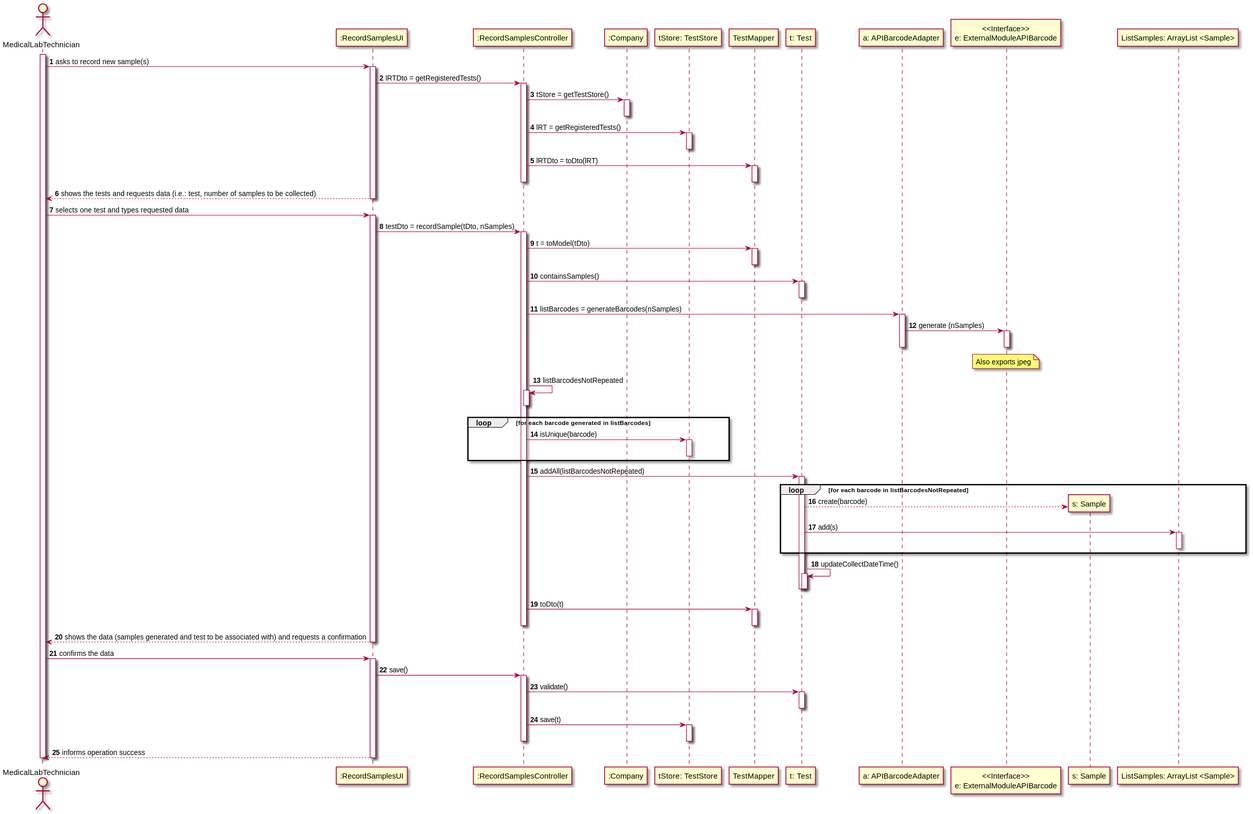
0franciscor/lei-21-s2-1de-g19 keeps this PlantUML diagram as docs/SprintC/US05/US05-SD.svg. Above is the earlier version.
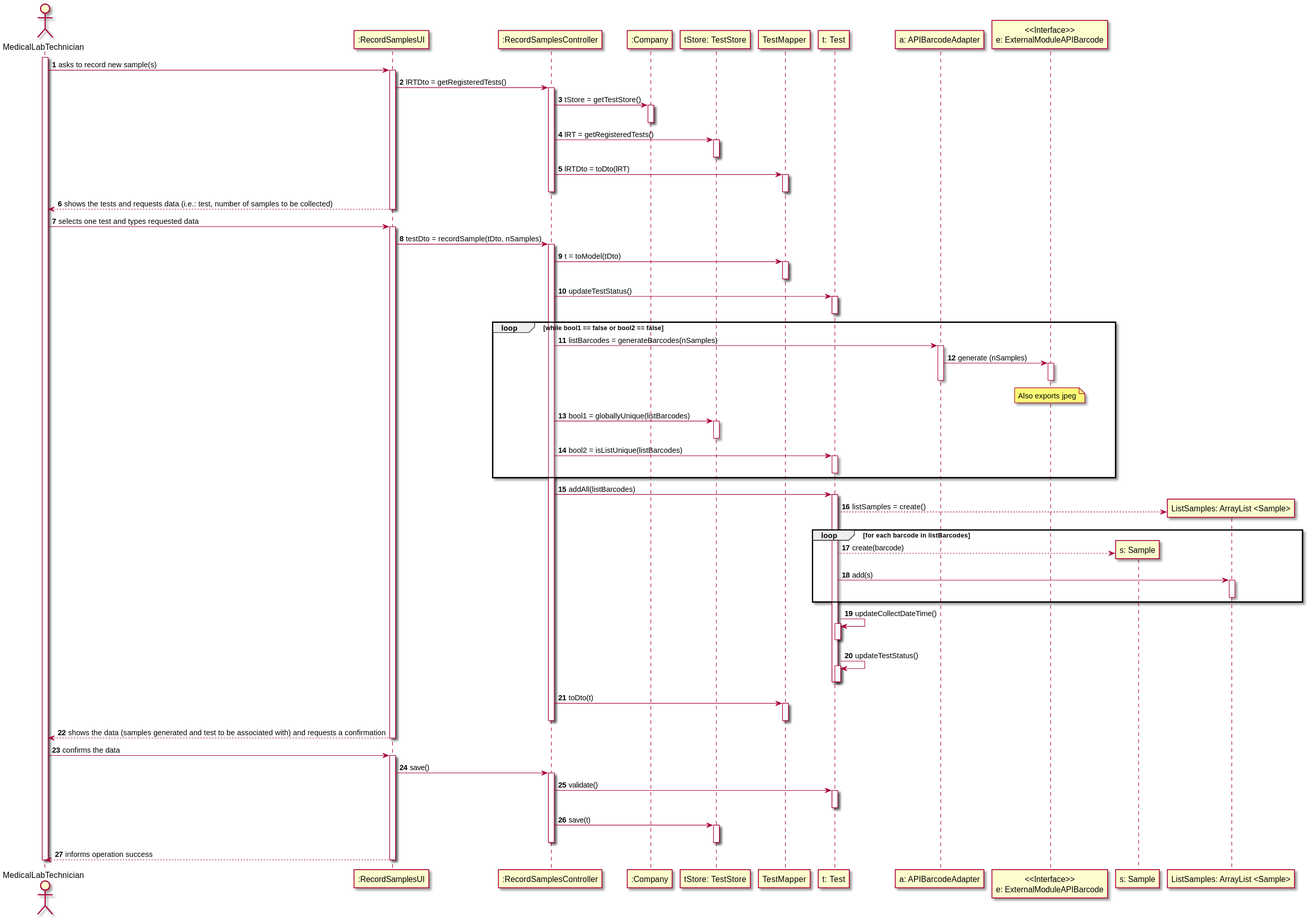
After the commit.

Change to the diagram source:
```diff
@@ -39,9 +39,10 @@
 RSC -> TM : t = toModel(tDto)
 activate TM
 deactivate TM
-RSC -> T : containsSamples()
+RSC -> T : updateTestStatus()
 activate T
 deactivate T
+loop while bool1 == false or bool2 == false
 RSC -> APIBA : listBarcodes = generateBarcodes(nSamples)
 activate APIBA
 APIBA -> EMAPIB : generate (nSamples)
@@ -49,23 +50,26 @@
 deactivate EMAPIB
 note over EMAPIB : Also exports jpeg
 deactivate APIBA
-RSC -> RSC : listBarcodesNotRepeated
-activate RSC
-deactivate RSC
-loop for each barcode generated in listBarcodes
-RSC -> TS : isUnique(barcode)
+RSC -> TS : bool1 = globallyUnique(listBarcodes)
 activate TS
 deactivate TS
+RSC -> T : bool2 = isListUnique(listBarcodes)
+activate T
+deactivate T
 end
-RSC -> T : addAll(listBarcodesNotRepeated)
+RSC -> T : addAll(listBarcodes)
 activate T
-loop for each barcode in listBarcodesNotRepeated
+T --> LS** : listSamples = create()
+loop for each barcode in listBarcodes
 T --> S** : create(barcode)
 T -> LS : add(s)
 activate LS
 deactivate LS
 end
 T -> T : updateCollectDateTime()
+activate T
+deactivate T
+T -> T : updateTestStatus()
 activate T
 deactivate T
 deactivate T
```
